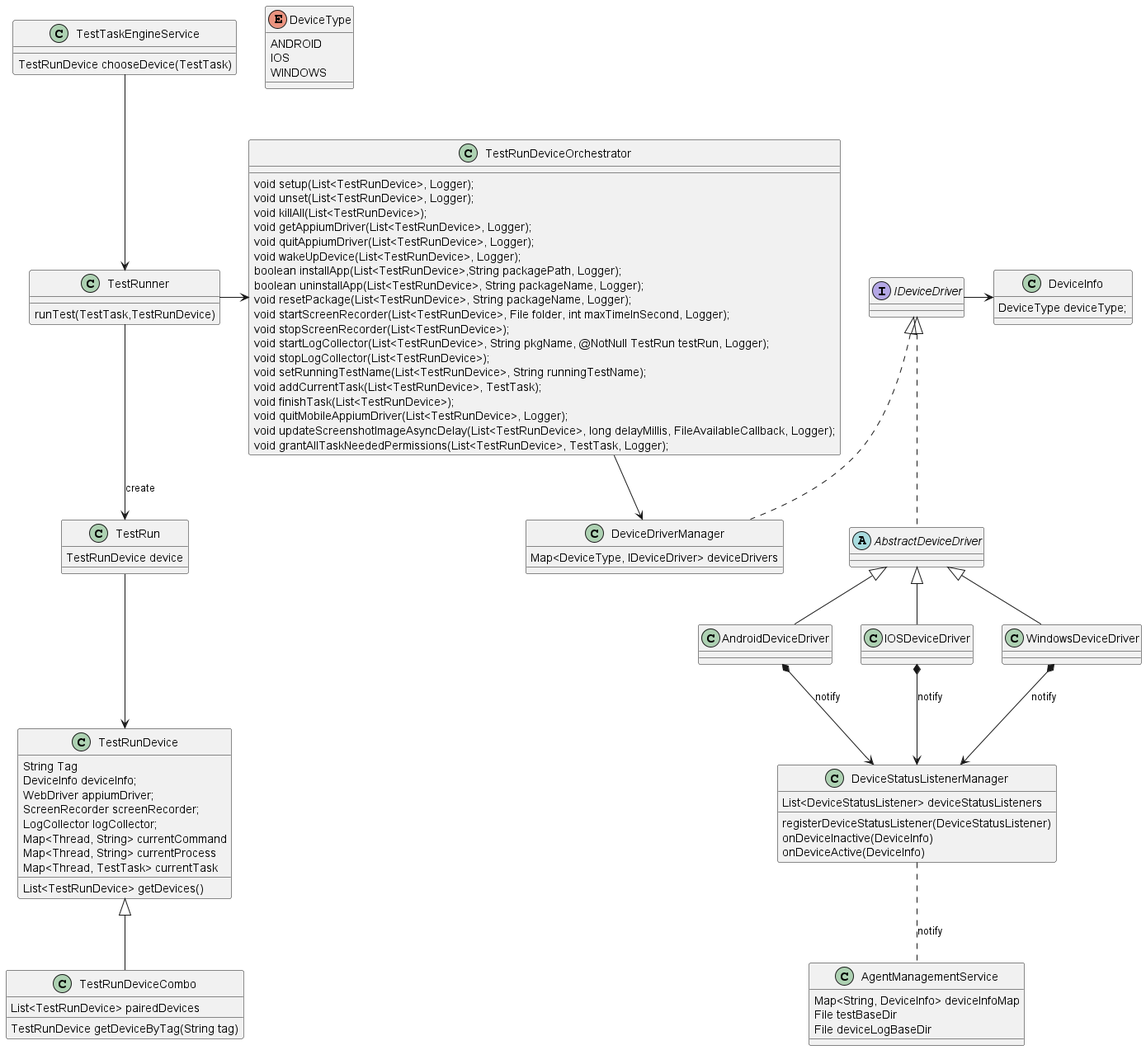
Above: docs/images/UML/agent_device_management_design.png in microsoft/HydraLab (PlantUML), before the change.
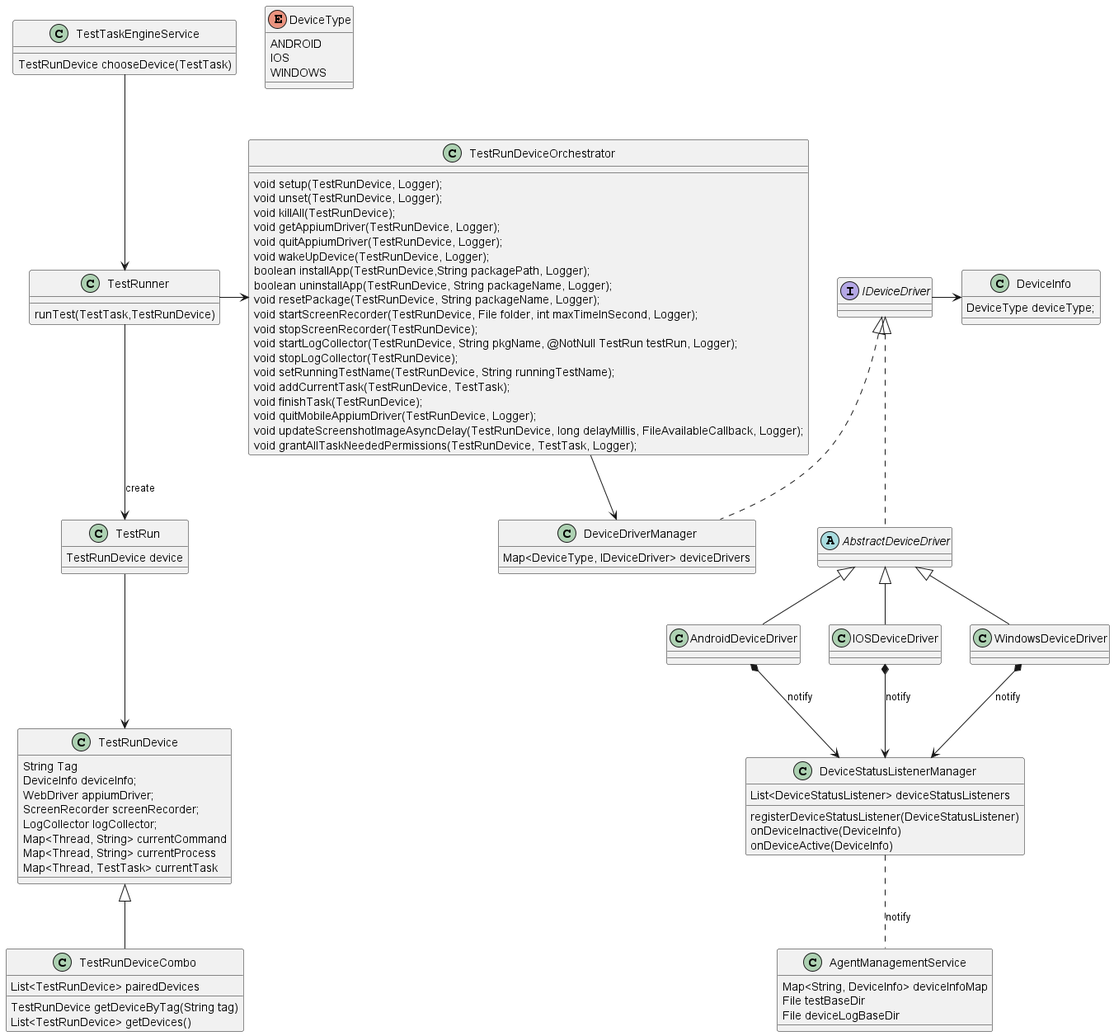
Above is the later version.

Change to the diagram source:
```diff
@@ -28,25 +28,25 @@
 class DeviceInfo
 
 class TestRunDeviceOrchestrator{
-    void setup(List<TestRunDevice>, Logger);
-    void unset(List<TestRunDevice>, Logger);
-    void killAll(List<TestRunDevice>);
-    void getAppiumDriver(List<TestRunDevice>, Logger);
-    void quitAppiumDriver(List<TestRunDevice>, Logger);
-    void wakeUpDevice(List<TestRunDevice>, Logger);
-    boolean installApp(List<TestRunDevice>,String packagePath, Logger);
-    boolean uninstallApp(List<TestRunDevice>, String packageName, Logger);
-    void resetPackage(List<TestRunDevice>, String packageName, Logger);
-    void startScreenRecorder(List<TestRunDevice>, File folder, int maxTimeInSecond, Logger);
-    void stopScreenRecorder(List<TestRunDevice>);
-    void startLogCollector(List<TestRunDevice>, String pkgName, @NotNull TestRun testRun, Logger);
-    void stopLogCollector(List<TestRunDevice>);
-    void setRunningTestName(List<TestRunDevice>, String runningTestName);
-    void addCurrentTask(List<TestRunDevice>, TestTask);
-    void finishTask(List<TestRunDevice>);
-    void quitMobileAppiumDriver(List<TestRunDevice>, Logger);
-    void updateScreenshotImageAsyncDelay(List<TestRunDevice>, long delayMillis, FileAvailableCallback, Logger);
-    void grantAllTaskNeededPermissions(List<TestRunDevice>, TestTask, Logger);
+    void setup(TestRunDevice, Logger);
+    void unset(TestRunDevice, Logger);
+    void killAll(TestRunDevice);
+    void getAppiumDriver(TestRunDevice, Logger);
+    void quitAppiumDriver(TestRunDevice, Logger);
+    void wakeUpDevice(TestRunDevice, Logger);
+    boolean installApp(TestRunDevice,String packagePath, Logger);
+    boolean uninstallApp(TestRunDevice, String packageName, Logger);
+    void resetPackage(TestRunDevice, String packageName, Logger);
+    void startScreenRecorder(TestRunDevice, File folder, int maxTimeInSecond, Logger);
+    void stopScreenRecorder(TestRunDevice);
+    void startLogCollector(TestRunDevice, String pkgName, @NotNull TestRun testRun, Logger);
+    void stopLogCollector(TestRunDevice);
+    void setRunningTestName(TestRunDevice, String runningTestName);
+    void addCurrentTask(TestRunDevice, TestTask);
+    void finishTask(TestRunDevice);
+    void quitMobileAppiumDriver(TestRunDevice, Logger);
+    void updateScreenshotImageAsyncDelay(TestRunDevice, long delayMillis, FileAvailableCallback, Logger);
+    void grantAllTaskNeededPermissions(TestRunDevice, TestTask, Logger);
 }
 
 
@@ -59,12 +59,12 @@
     Map<Thread, String> currentCommand
     Map<Thread, String> currentProcess
     Map<Thread, TestTask> currentTask
-    List<TestRunDevice> getDevices()
 }
 
 class TestRunDeviceCombo extends TestRunDevice{
     List<TestRunDevice> pairedDevices
     TestRunDevice getDeviceByTag(String tag)
+    List<TestRunDevice> getDevices()
 }
 Class TestRun{
     TestRunDevice device
```
